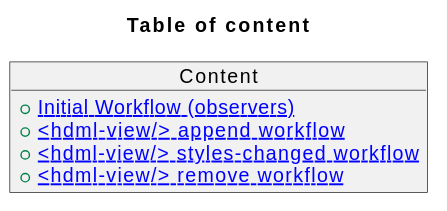
Before: uml/svg/charts/index.svg, a diagram exported from PlantUML (hdml-github/hdml).
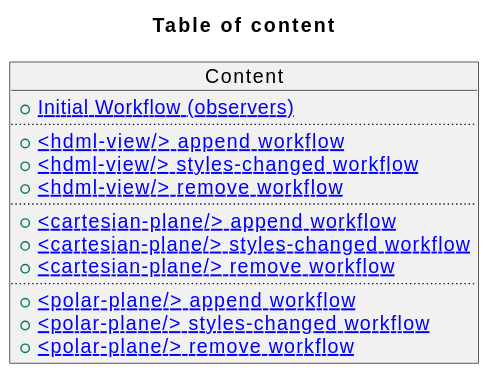
After the commit.

The edit, as a diff of the source:
```diff
@@ -3,8 +3,17 @@
 
   object Content {
     +[[./init_workflow.svg Initial Workflow (observers)]]
+    ....
     +[[./hdml_view_append.svg <hdml-view/> append workflow]]
     +[[./hdml_view_styles_changed.svg <hdml-view/> styles-changed workflow]]
     +[[./hdml_view_remove.svg <hdml-view/> remove workflow]]
+    ....
+    +[[./cartesian_plane_append.svg <cartesian-plane/> append workflow]]
+    +[[./cartesian_plane_styles_changed.svg <cartesian-plane/> styles-changed workflow]]
+    +[[./cartesian_plane_remove.svg <cartesian-plane/> remove workflow]]
+    ....
+    +[[./polar_plane_append.svg <polar-plane/> append workflow]]
+    +[[./polar_plane_styles_changed.svg <polar-plane/> styles-changed workflow]]
+    +[[./polar_plane_remove.svg <polar-plane/> remove workflow]]
   }
 @enduml
```
